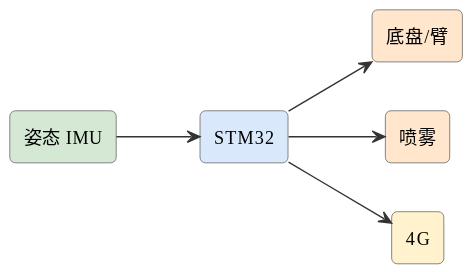
The PlantUML diagram assets/diagrams/ideas-fig33.svg in mingyi0818/IntelligentMcuCourse, before a commit.
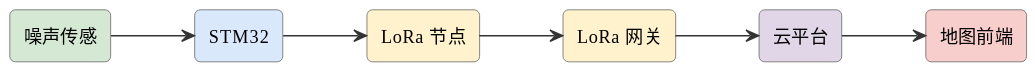
Above is the later version.

The edit, as a diff of the source:
```diff
@@ -6,13 +6,15 @@
 skinparam arrowFontSize 11
 skinparam arrowColor #333
 left to right direction
-rectangle "姿态 IMU" as imu #d5e8d4
+rectangle "噪声传感" as mic #d5e8d4
 rectangle "STM32" as stm #dae8fc
-rectangle "底盘/臂" as motor #ffe6cc
-rectangle "喷雾" as spray #ffe6cc
-rectangle "4G" as g #fff2cc
-imu --> stm
-stm --> motor
-stm --> spray
-stm --> g
+rectangle "LoRa 节点" as lora #fff2cc
+rectangle "LoRa 网关" as gw #fff2cc
+rectangle "云平台" as cloud #e1d5e8
+rectangle "地图前端" as map #f8cecc
+mic --> stm
+stm --> lora
+lora --> gw
+gw --> cloud
+cloud --> map
 @enduml
```
